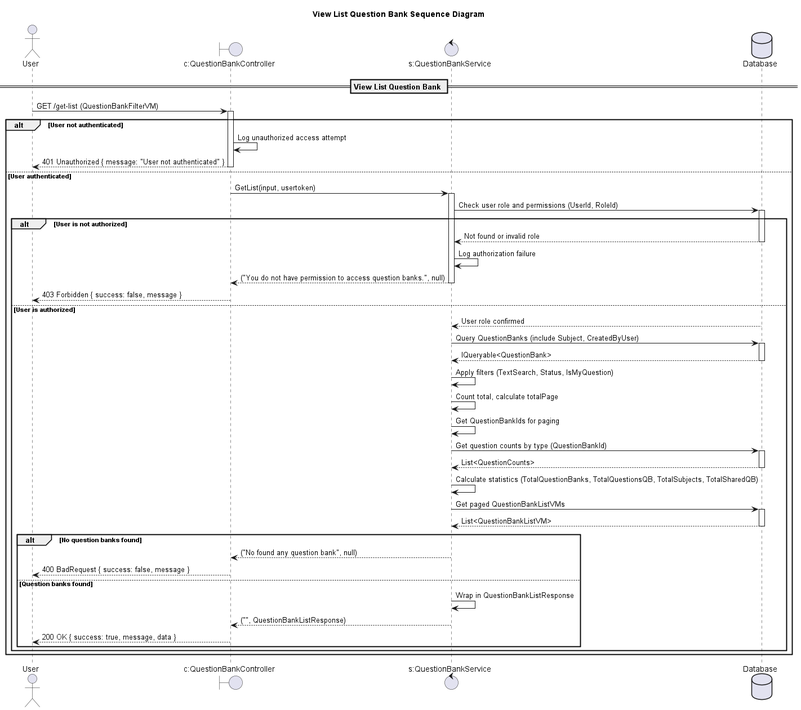
This is design/out/viewlistquestionbanksequencediagram/viewlistquestionbanksequencediagram.png from conghoan1211/AI-Kiosk-Testing-system, a PlantUML export, as it was before one commit. The source it was exported from:
```plantuml
@startuml

title View List Question Bank Sequence Diagram

actor "User" as Client
boundary "c:QuestionBankController" as Controller
control "s:QuestionBankService" as Service
database "Database" as DB

== View List Question Bank ==

Client -> Controller: GET /get-list (QuestionBankFilterVM)
activate Controller

alt User not authenticated
    Controller -> Controller: Log unauthorized access attempt
    Controller --> Client: 401 Unauthorized { message: "User not authenticated" }
    deactivate Controller
else User authenticated
    Controller -> Service: GetList(input, usertoken)
    activate Service

    Service -> DB: Check user role and permissions (UserId, RoleId)
    activate DB
    alt User is not authorized
        DB --> Service: Not found or invalid role
        deactivate DB
        Service -> Service: Log authorization failure
        Service --> Controller: ("You do not have permission to access question banks.", null)
        deactivate Service
        Controller --> Client: 403 Forbidden { success: false, message }
        deactivate Controller
    else User is authorized
        DB --> Service: User role confirmed
        deactivate DB

        Service -> DB: Query QuestionBanks (include Subject, CreatedByUser)
        activate DB
        DB --> Service: IQueryable<QuestionBank>
        deactivate DB

        Service -> Service: Apply filters (TextSearch, Status, IsMyQuestion)
        Service -> Service: Count total, calculate totalPage
        Service -> Service: Get QuestionBankIds for paging
        Service -> DB: Get question counts by type (QuestionBankId)
        activate DB
        DB --> Service: List<QuestionCounts>
        deactivate DB

        Service -> Service: Calculate statistics (TotalQuestionBanks, TotalQuestionsQB, TotalSubjects, TotalSharedQB)
        Service -> DB: Get paged QuestionBankListVMs
        activate DB
        DB --> Service: List<QuestionBankListVM>
        deactivate DB

        alt No question banks found
            Service --> Controller: ("No found any question bank", null)
            deactivate Service
            Controller --> Client: 400 BadRequest { success: false, message }
            deactivate Controller
        else Question banks found
            Service -> Service: Wrap in QuestionBankListResponse
            Service --> Controller: ("", QuestionBankListResponse)
            deactivate Service
            Controller --> Client: 200 OK { success: true, message, data }
            deactivate Controller
        end alt
    end
end

@enduml
```
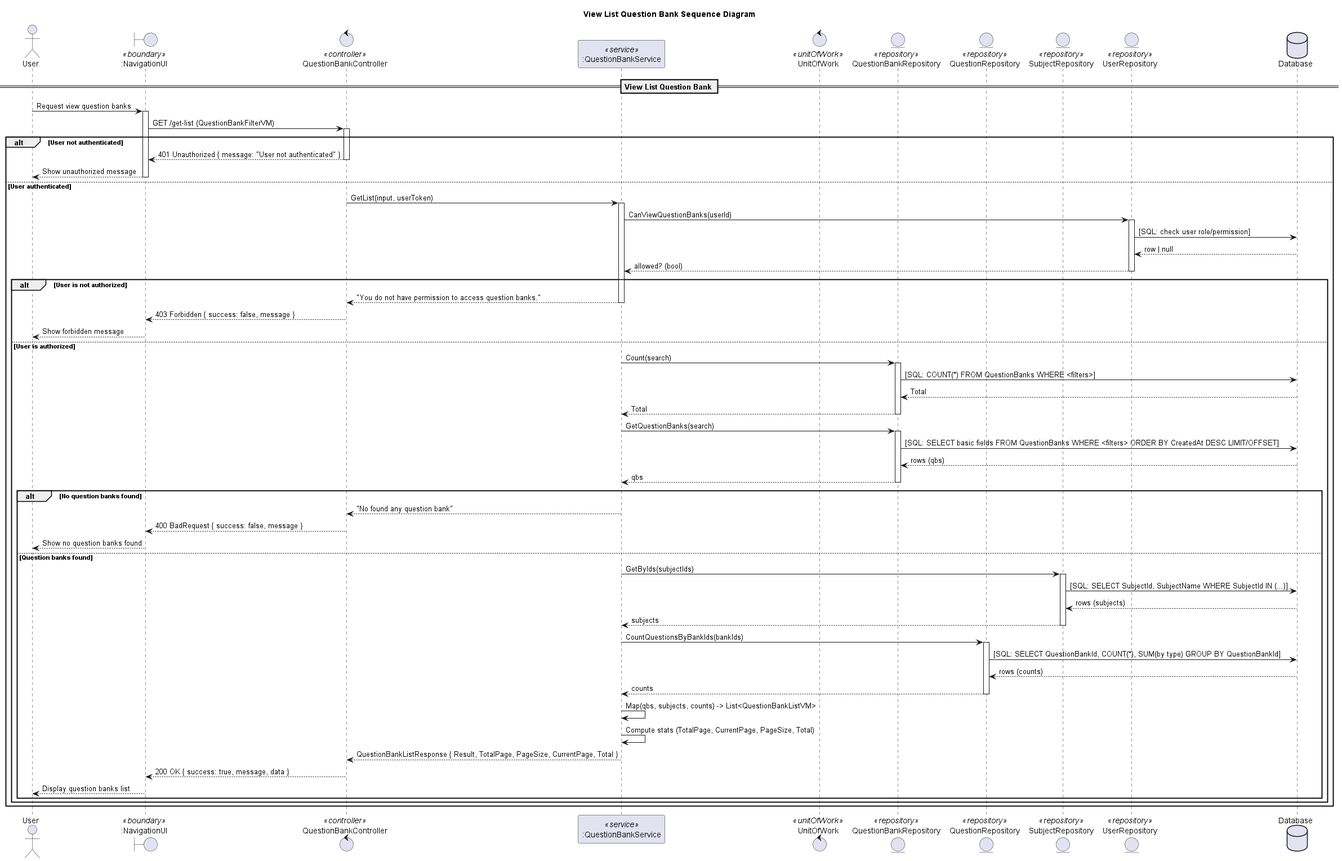
The same file after the commit.

The edit, as a diff of the source:
```diff
@@ -1,71 +1,96 @@
 @startuml
-
 title View List Question Bank Sequence Diagram
 
 actor "User" as Client
-boundary "c:QuestionBankController" as Controller
-control "s:QuestionBankService" as Service
+boundary ":NavigationUI" as UI <<boundary>>
+control "QuestionBankController" as Controller <<controller>>
+participant ":QuestionBankService" as Service <<service>>
+control "UnitOfWork" as UoW <<unitOfWork>>
+
+entity "QuestionBankRepository" as QbRepo <<repository>>
+entity "QuestionRepository" as QRepo <<repository>>
+entity "SubjectRepository" as SubjRepo <<repository>>
+entity "UserRepository" as UserRepo <<repository>>
+
 database "Database" as DB
 
 == View List Question Bank ==
 
-Client -> Controller: GET /get-list (QuestionBankFilterVM)
+Client -> UI: Request view question banks
+activate UI
+UI -> Controller: GET /get-list (QuestionBankFilterVM)
 activate Controller
 
 alt User not authenticated
-    Controller -> Controller: Log unauthorized access attempt
-    Controller --> Client: 401 Unauthorized { message: "User not authenticated" }
+  Controller --> UI: 401 Unauthorized { message: "User not authenticated" }
+  deactivate Controller
+  UI --> Client: Show unauthorized message
+  deactivate UI
+else User authenticated
+  Controller -> Service: GetList(input, userToken)
+  activate Service
+
+  Service -> UserRepo: CanViewQuestionBanks(userId)
+  activate UserRepo
+  UserRepo -> DB: [SQL: check user role/permission]
+  DB --> UserRepo: row | null
+  UserRepo --> Service: allowed? (bool)
+  deactivate UserRepo
+
+  alt User is not authorized
+    Service --> Controller: "You do not have permission to access question banks."
+    deactivate Service
+    Controller --> UI: 403 Forbidden { success: false, message }
     deactivate Controller
-else User authenticated
-    Controller -> Service: GetList(input, usertoken)
-    activate Service
+    UI --> Client: Show forbidden message
+    deactivate UI
+  else User is authorized
+    Service -> QbRepo: Count(search)
+    activate QbRepo
+    QbRepo -> DB: [SQL: COUNT(*) FROM QuestionBanks WHERE <filters>]
+    DB --> QbRepo: Total
+    QbRepo --> Service: Total
+    deactivate QbRepo
 
-    Service -> DB: Check user role and permissions (UserId, RoleId)
-    activate DB
-    alt User is not authorized
-        DB --> Service: Not found or invalid role
-        deactivate DB
-        Service -> Service: Log authorization failure
-        Service --> Controller: ("You do not have permission to access question banks.", null)
-        deactivate Service
-        Controller --> Client: 403 Forbidden { success: false, message }
-        deactivate Controller
-    else User is authorized
-        DB --> Service: User role confirmed
-        deactivate DB
+    Service -> QbRepo: GetQuestionBanks(search)
+    activate QbRepo
+    QbRepo -> DB: [SQL: SELECT basic fields FROM QuestionBanks WHERE <filters> ORDER BY CreatedAt DESC LIMIT/OFFSET]
+    DB --> QbRepo: rows (qbs)
+    QbRepo --> Service: qbs
+    deactivate QbRepo
 
-        Service -> DB: Query QuestionBanks (include Subject, CreatedByUser)
-        activate DB
-        DB --> Service: IQueryable<QuestionBank>
-        deactivate DB
+    alt No question banks found
+      Service --> Controller: "No found any question bank"
+      deactivate Service
+      Controller --> UI: 400 BadRequest { success: false, message }
+      deactivate Controller
+      UI --> Client: Show no question banks found
+      deactivate UI
+    else Question banks found
+      Service -> SubjRepo: GetByIds(subjectIds)
+      activate SubjRepo
+      SubjRepo -> DB: [SQL: SELECT SubjectId, SubjectName WHERE SubjectId IN (...)]
+      DB --> SubjRepo: rows (subjects)
+      SubjRepo --> Service: subjects
+      deactivate SubjRepo
 
-        Service -> Service: Apply filters (TextSearch, Status, IsMyQuestion)
-        Service -> Service: Count total, calculate totalPage
-        Service -> Service: Get QuestionBankIds for paging
-        Service -> DB: Get question counts by type (QuestionBankId)
-        activate DB
-        DB --> Service: List<QuestionCounts>
-        deactivate DB
+      Service -> QRepo: CountQuestionsByBankIds(bankIds)
+      activate QRepo
+      QRepo -> DB: [SQL: SELECT QuestionBankId, COUNT(*), SUM(by type) GROUP BY QuestionBankId]
+      DB --> QRepo: rows (counts)
+      QRepo --> Service: counts
+      deactivate QRepo
 
-        Service -> Service: Calculate statistics (TotalQuestionBanks, TotalQuestionsQB, TotalSubjects, TotalSharedQB)
-        Service -> DB: Get paged QuestionBankListVMs
-        activate DB
-        DB --> Service: List<QuestionBankListVM>
-        deactivate DB
+      Service -> Service: Map(qbs, subjects, counts) -> List<QuestionBankListVM>
+      Service -> Service: Compute stats (TotalPage, CurrentPage, PageSize, Total)
+      Service --> Controller: QuestionBankListResponse { Result, TotalPage, PageSize, CurrentPage, Total }
+      deactivate Service
 
-        alt No question banks found
-            Service --> Controller: ("No found any question bank", null)
-            deactivate Service
-            Controller --> Client: 400 BadRequest { success: false, message }
-            deactivate Controller
-        else Question banks found
-            Service -> Service: Wrap in QuestionBankListResponse
-            Service --> Controller: ("", QuestionBankListResponse)
-            deactivate Service
-            Controller --> Client: 200 OK { success: true, message, data }
-            deactivate Controller
-        end alt
-    end
-end
-
+      Controller --> UI: 200 OK { success: true, message, data }
+      deactivate Controller
+      UI --> Client: Display question banks list
+      deactivate UI
+    end alt
+  end alt
+end alt
 @enduml
```
